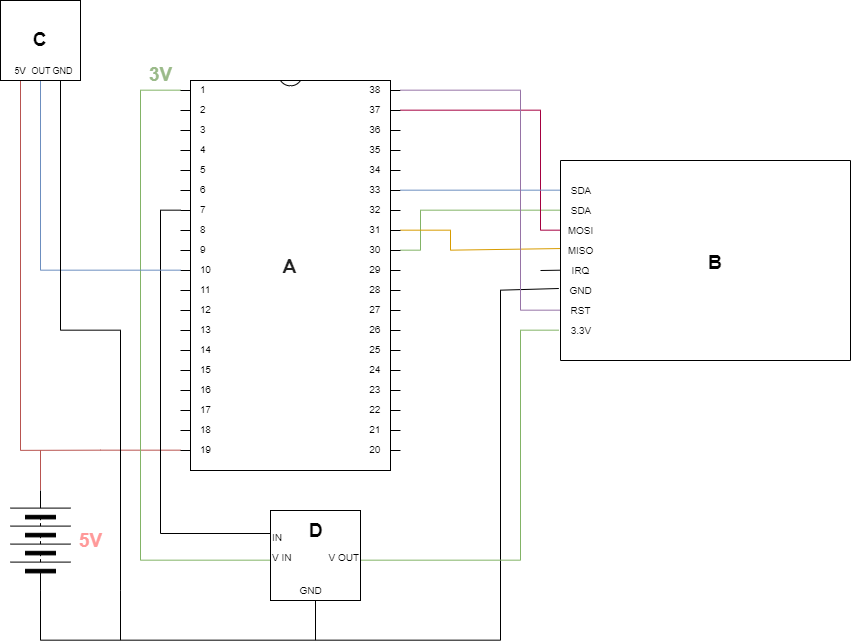
The draw.io diagram docs/chapters/images/lock_hardware_schematic.png in adapiekarska/centralized-lock-system, before a commit. Source tidied: cells renumbered, new cells last; positions are measured from the earlier drawing's top-left corner, leaving out a move shared by most shapes.
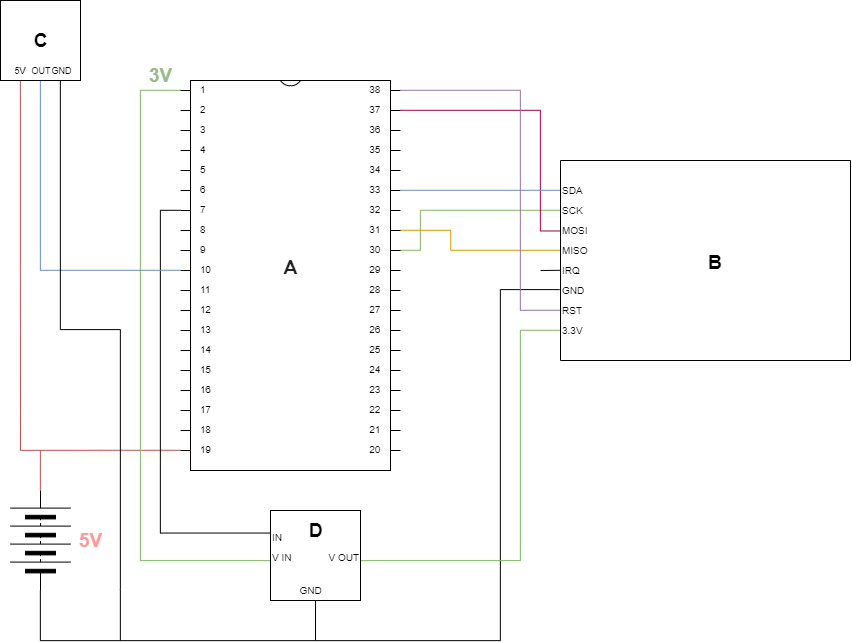
The same diagram one commit later.

Commit message:
glossary + schemati fixetti

Change to the diagram source:
```diff
@@ -82,28 +82,28 @@
     <mxCell id="14" style="rounded=0;whiteSpace=wrap;html=1;direction=south;" parent="1" vertex="1">
       <mxGeometry x="570" y="160" width="290" height="200" as="geometry" />
     </mxCell>
-    <mxCell id="15" value="&lt;font style=&quot;font-size: 10px&quot;&gt;SDA&lt;/font&gt;" style="text;html=1;strokeColor=none;fillColor=none;align=center;verticalAlign=bottom;whiteSpace=wrap;rounded=0;fontSize=20;" parent="1" vertex="1">
+    <mxCell id="15" value="&lt;font style=&quot;font-size: 10px&quot;&gt;SDA&lt;/font&gt;" style="text;html=1;strokeColor=none;fillColor=none;align=left;verticalAlign=bottom;whiteSpace=wrap;rounded=0;fontSize=20;" parent="1" vertex="1">
       <mxGeometry x="570" y="180" width="40" height="20" as="geometry" />
     </mxCell>
-    <mxCell id="16" value="&lt;font style=&quot;font-size: 10px&quot;&gt;MOSI&lt;/font&gt;" style="text;html=1;strokeColor=none;fillColor=none;align=center;verticalAlign=bottom;whiteSpace=wrap;rounded=0;fontSize=20;" parent="1" vertex="1">
+    <mxCell id="16" value="&lt;font style=&quot;font-size: 10px&quot;&gt;MOSI&lt;/font&gt;" style="text;html=1;strokeColor=none;fillColor=none;align=left;verticalAlign=bottom;whiteSpace=wrap;rounded=0;fontSize=20;" parent="1" vertex="1">
       <mxGeometry x="570" y="220" width="40" height="20" as="geometry" />
     </mxCell>
-    <mxCell id="17" value="&lt;font style=&quot;font-size: 10px&quot;&gt;SDA&lt;/font&gt;" style="text;html=1;strokeColor=none;fillColor=none;align=center;verticalAlign=bottom;whiteSpace=wrap;rounded=0;fontSize=20;" parent="1" vertex="1">
+    <mxCell id="17" value="&lt;font style=&quot;font-size: 10px&quot;&gt;SCK&lt;/font&gt;" style="text;html=1;strokeColor=none;fillColor=none;align=left;verticalAlign=bottom;whiteSpace=wrap;rounded=0;fontSize=20;" parent="1" vertex="1">
       <mxGeometry x="570" y="200" width="40" height="20" as="geometry" />
     </mxCell>
-    <mxCell id="18" value="&lt;font style=&quot;font-size: 10px&quot;&gt;MISO&lt;/font&gt;" style="text;html=1;strokeColor=none;fillColor=none;align=center;verticalAlign=bottom;whiteSpace=wrap;rounded=0;fontSize=20;" parent="1" vertex="1">
+    <mxCell id="18" value="&lt;font style=&quot;font-size: 10px&quot;&gt;MISO&lt;/font&gt;" style="text;html=1;strokeColor=none;fillColor=none;align=left;verticalAlign=bottom;whiteSpace=wrap;rounded=0;fontSize=20;" parent="1" vertex="1">
       <mxGeometry x="570" y="240" width="40" height="20" as="geometry" />
     </mxCell>
-    <mxCell id="19" value="&lt;font style=&quot;font-size: 10px&quot;&gt;IRQ&lt;/font&gt;" style="text;html=1;strokeColor=none;fillColor=none;align=center;verticalAlign=bottom;whiteSpace=wrap;rounded=0;fontSize=20;" parent="1" vertex="1">
+    <mxCell id="19" value="&lt;font style=&quot;font-size: 10px&quot;&gt;IRQ&lt;/font&gt;" style="text;html=1;strokeColor=none;fillColor=none;align=left;verticalAlign=bottom;whiteSpace=wrap;rounded=0;fontSize=20;" parent="1" vertex="1">
       <mxGeometry x="570" y="260" width="40" height="20" as="geometry" />
     </mxCell>
-    <mxCell id="20" value="&lt;font style=&quot;font-size: 10px&quot;&gt;GND&lt;/font&gt;" style="text;html=1;strokeColor=none;fillColor=none;align=center;verticalAlign=bottom;whiteSpace=wrap;rounded=0;fontSize=20;" parent="1" vertex="1">
+    <mxCell id="20" value="&lt;font style=&quot;font-size: 10px&quot;&gt;GND&lt;/font&gt;" style="text;html=1;strokeColor=none;fillColor=none;align=left;verticalAlign=bottom;whiteSpace=wrap;rounded=0;fontSize=20;" parent="1" vertex="1">
       <mxGeometry x="570" y="280" width="40" height="20" as="geometry" />
     </mxCell>
-    <mxCell id="21" value="&lt;font style=&quot;font-size: 10px&quot;&gt;RST&lt;/font&gt;" style="text;html=1;strokeColor=none;fillColor=none;align=center;verticalAlign=bottom;whiteSpace=wrap;rounded=0;fontSize=20;" parent="1" vertex="1">
+    <mxCell id="21" value="&lt;font style=&quot;font-size: 10px&quot;&gt;RST&lt;/font&gt;" style="text;html=1;strokeColor=none;fillColor=none;align=left;verticalAlign=bottom;whiteSpace=wrap;rounded=0;fontSize=20;" parent="1" vertex="1">
       <mxGeometry x="570" y="300" width="40" height="20" as="geometry" />
     </mxCell>
-    <mxCell id="22" value="&lt;font style=&quot;font-size: 10px&quot;&gt;3.3V&lt;br&gt;&lt;/font&gt;" style="text;html=1;strokeColor=none;fillColor=none;align=center;verticalAlign=bottom;whiteSpace=wrap;rounded=0;fontSize=20;" parent="1" vertex="1">
+    <mxCell id="22" value="&lt;font style=&quot;font-size: 10px&quot;&gt;3.3V&lt;br&gt;&lt;/font&gt;" style="text;html=1;strokeColor=none;fillColor=none;align=left;verticalAlign=bottom;whiteSpace=wrap;rounded=0;fontSize=20;" parent="1" vertex="1">
       <mxGeometry x="570" y="320" width="40" height="20" as="geometry" />
     </mxCell>
     <mxCell id="23" style="edgeStyle=orthogonalEdgeStyle;rounded=0;jettySize=auto;html=1;exitX=0.5;exitY=1;exitDx=0;exitDy=0;endArrow=none;endFill=0;fontSize=19;entryX=0;entryY=0;entryDx=0;entryDy=190;entryPerimeter=0;fillColor=#dae8fc;strokeColor=#6c8ebf;" parent="1" edge="1" source="26" target="10">
```
